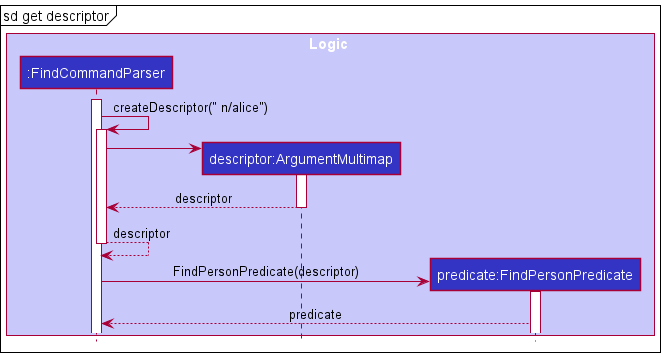
Above: docs/images/FindPersonPredicate.png in tandeshao/tp (PlantUML), before the change.
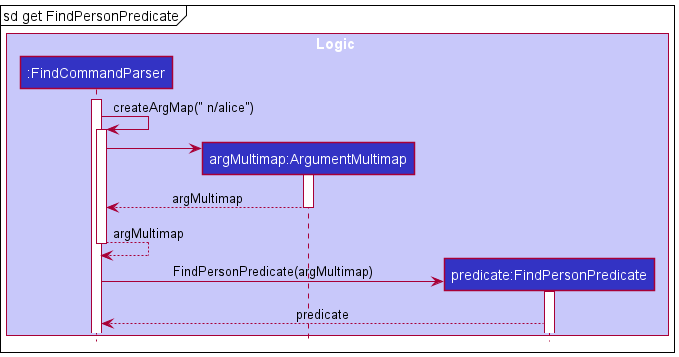
The same file after the commit.

Diff of the diagram source:
```diff
@@ -1,28 +1,28 @@
 @startuml
 !include style.puml
-mainframe sd get descriptor
+mainframe sd get FindPersonPredicate
 
 box Logic LOGIC_COLOR_T1
 participant ":FindCommandParser" as FindCommandParser LOGIC_COLOR
-participant "descriptor:ArgumentMultimap" as ArgMultimap LOGIC_COLOR
+participant "argMultimap:ArgumentMultimap" as ArgMultimap LOGIC_COLOR
 participant "predicate:FindPersonPredicate" as FindPersonPredicate LOGIC_COLOR
 end box
 
 
 activate FindCommandParser
-FindCommandParser -> FindCommandParser : createDescriptor(" n/alice")
+FindCommandParser -> FindCommandParser : createArgMap(" n/alice")
 activate FindCommandParser
 create ArgMultimap
 FindCommandParser -> ArgMultimap
 activate ArgMultimap
-ArgMultimap --> FindCommandParser : descriptor
+ArgMultimap --> FindCommandParser : argMultimap
 deactivate ArgMultimap
 
-FindCommandParser --> FindCommandParser : descriptor
+FindCommandParser --> FindCommandParser : argMultimap
 deactivate FindCommandParser
 
 create FindPersonPredicate
-FindCommandParser -> FindPersonPredicate : FindPersonPredicate(descriptor)
+FindCommandParser -> FindPersonPredicate : FindPersonPredicate(argMultimap)
 activate FindPersonPredicate
 FindPersonPredicate --> FindCommandParser : predicate
 @enduml
```
